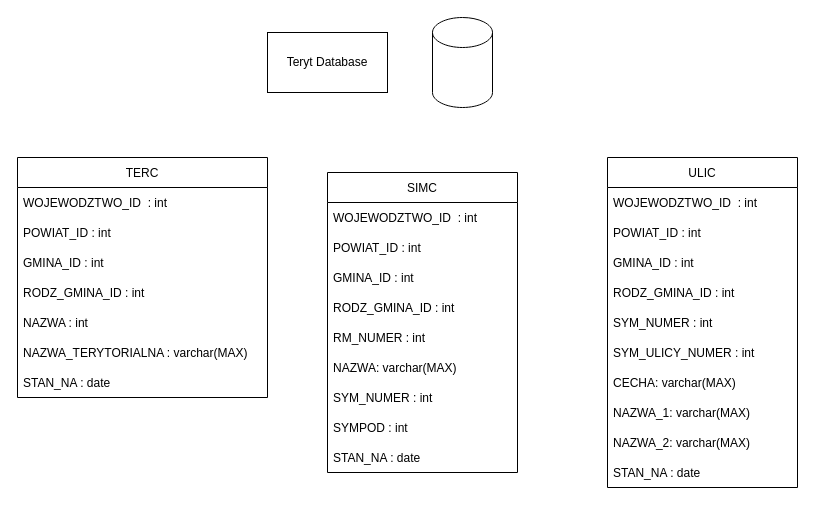
Earlier version of the draw.io diagram Teryt/Teryt/diagrams/databasediagram.drawio (StanislawKluczewski/TerytTest). Source tidied: cells renumbered, new cells numbered last; positions are measured from the earlier drawing's top-left corner, leaving out a move shared by most shapes. Both pictures are drawn from the tidied source at 100%, with x=0, y=0 at pixel (17, 17).
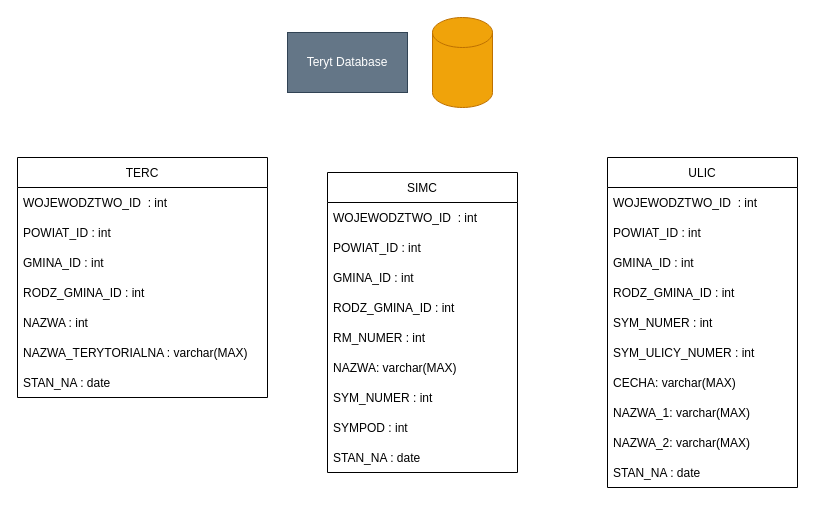
Above is the later version.

Change to the diagram source:
```diff
@@
-    <mxCell id="2" style="shape=cylinder3;whiteSpace=wrap;html=1;boundedLbl=1;backgroundOutline=1;size=15;" parent="1" vertex="1">
+    <mxCell id="2" style="shape=cylinder3;whiteSpace=wrap;html=1;boundedLbl=1;backgroundOutline=1;size=15;fillColor=#f0a30a;fontColor=#000000;strokeColor=#BD7000;" parent="1" vertex="1">
       <mxGeometry x="415" width="60" height="90" as="geometry" />
     </mxCell>
-    <mxCell id="3" value="Teryt Database" style="rounded=0;whiteSpace=wrap;html=1;" parent="1" vertex="1">
-      <mxGeometry x="250" y="15" width="120" height="60" as="geometry" />
+    <mxCell id="3" value="Teryt Database" style="rounded=0;whiteSpace=wrap;html=1;fillColor=#647687;fontColor=#ffffff;strokeColor=#314354;" parent="1" vertex="1">
+      <mxGeometry x="270" y="15" width="120" height="60" as="geometry" />
     </mxCell>
```
